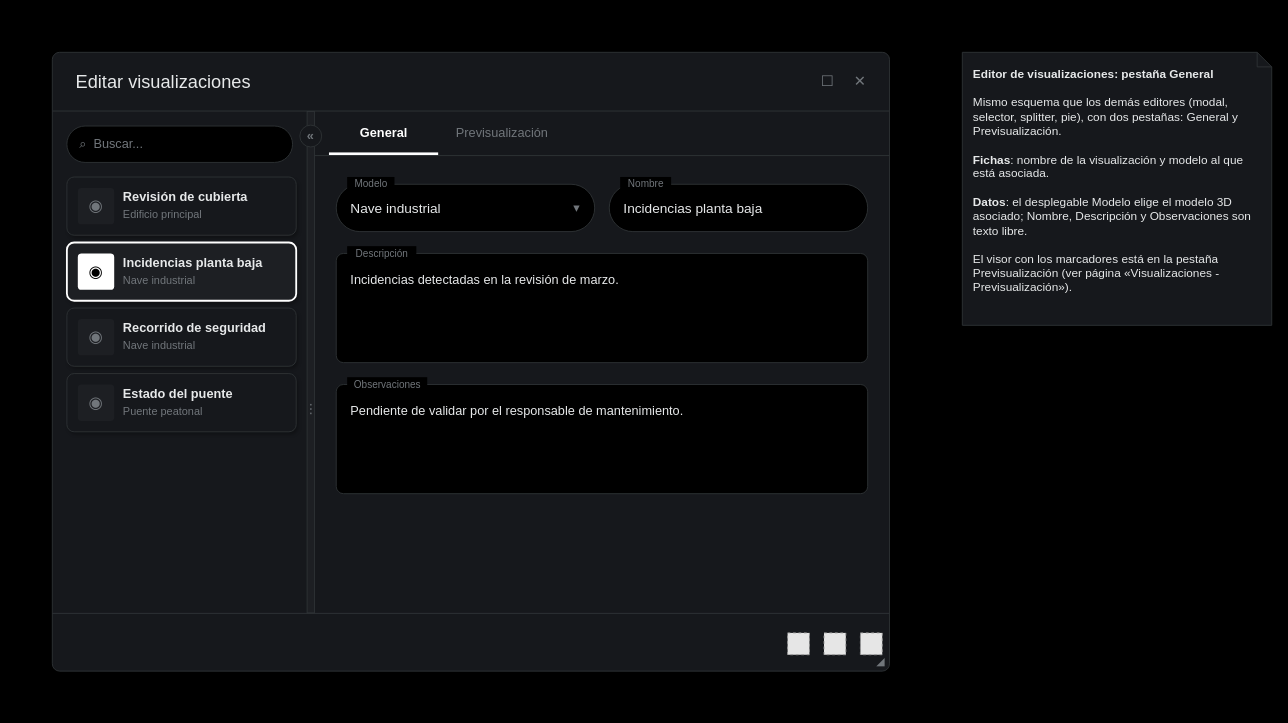
Before: page "Visualizaciones - General" (5 of 9) of Documentation/UI/[Diseño] Cliso.UI - Editor.drawio in Aaron-B-D/Cliso, a draw.io diagram. Source tidied: cells renumbered, new cells numbered last; positions are measured from the earlier drawing's top-left corner, leaving out a move shared by most shapes. Both pictures are drawn from the tidied source at 91%, with x=0, y=0 at pixel (15, 15). Pictures stored in the file or linked from it are replaced by grey dashed boxes.
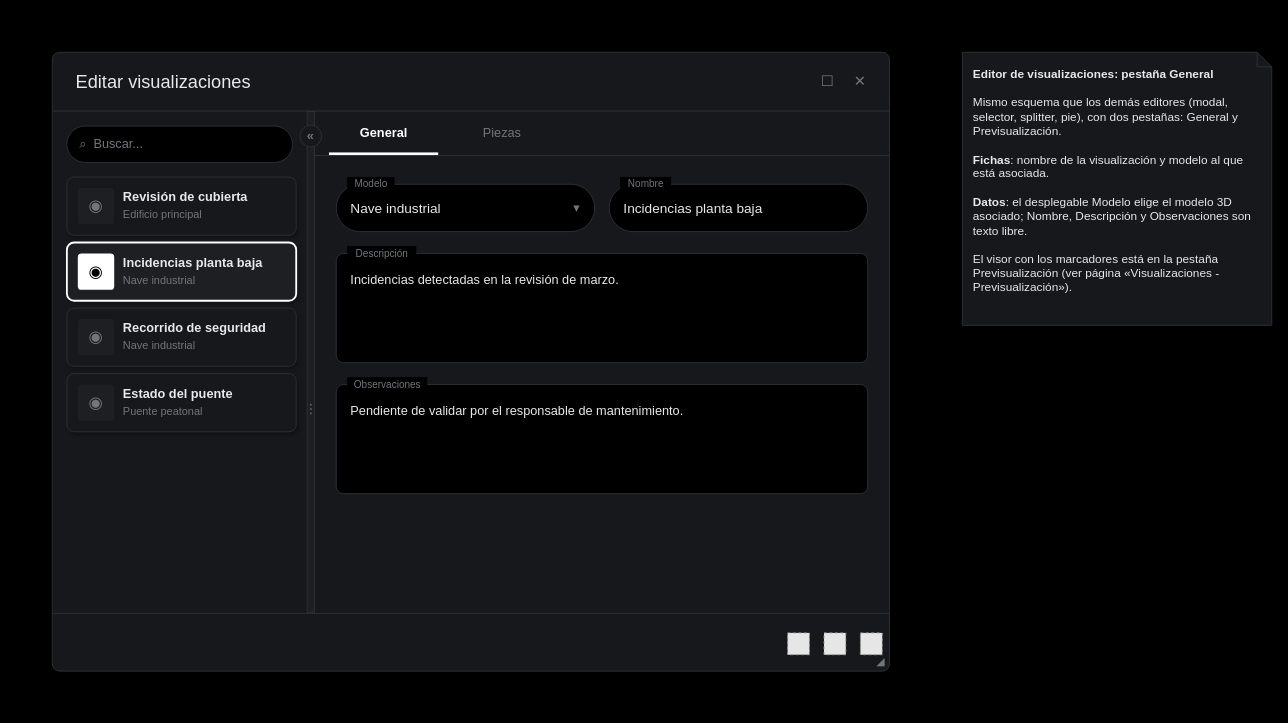
After the change.

Diff of the diagram source:
```diff
@@
-    <mxCell id="30" value="Previsualización" style="text;html=1;align=center;verticalAlign=middle;fontSize=14;fontColor=#71767B;" parent="1" vertex="1">
+    <mxCell id="30" value="Piezas" style="text;html=1;align=center;verticalAlign=middle;fontSize=14;fontColor=#71767B;" parent="1" vertex="1">
       <mxGeometry x="464" y="105" width="140" height="45" as="geometry" />
     </mxCell>
```
